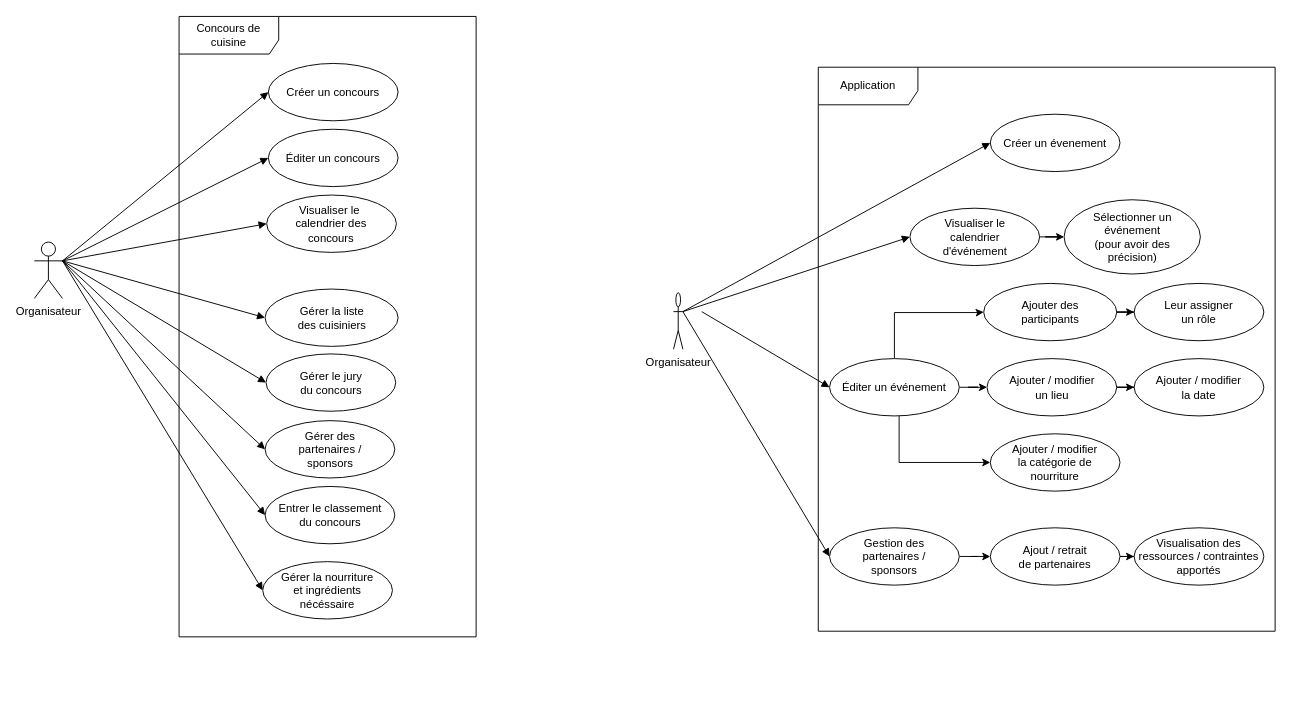
Above: Conception/Diagramme de cas d'utilisation.drawio in CSliveR/Chief-s-Arena (draw.io), before the change. Source tidied: cells renumbered, new cells numbered last; positions are measured from the earlier drawing's top-left corner, leaving out a move shared by most shapes. Both pictures are drawn from the tidied source at 94%, with x=0, y=0 at pixel (34, 16).
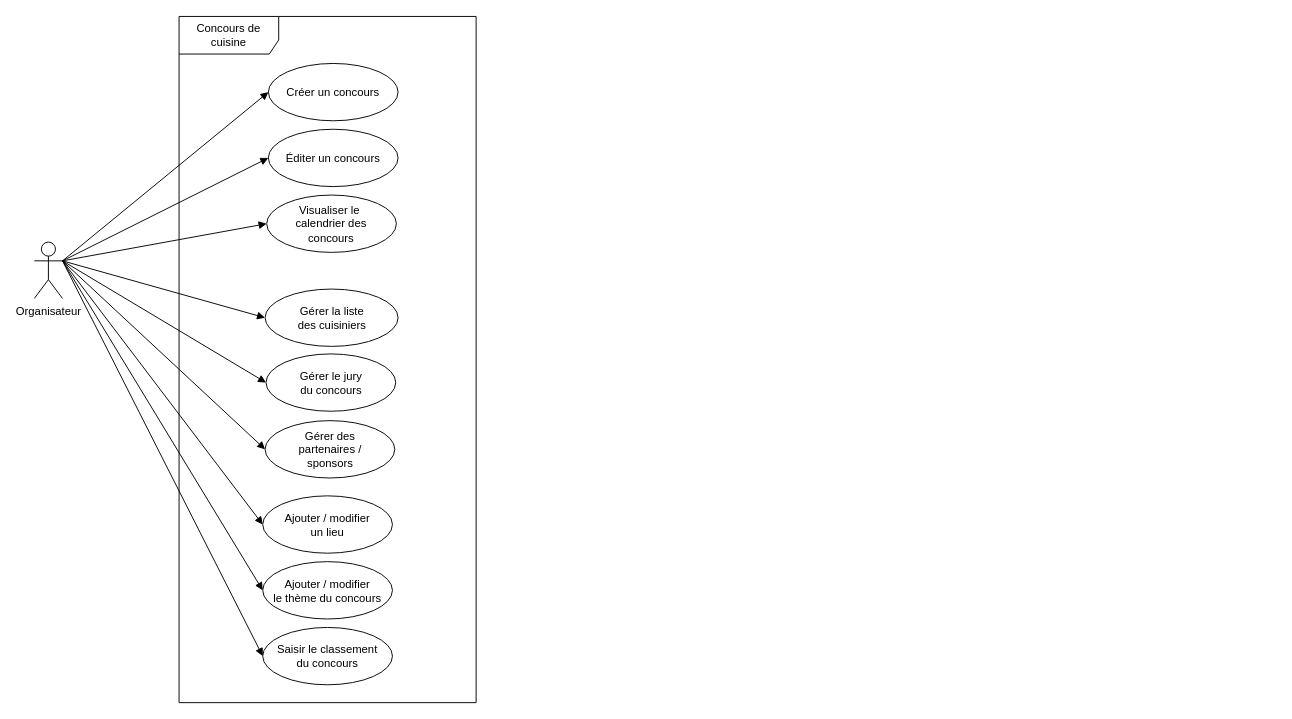
The same page after the edit.

Commit message:
Mettre à jour Diagramme de cas d'utilisation.drawio

Unchanged cells that the change refers to:
```xml
<mxCell id="3" value="Organisateur" style="shape=umlActor;verticalLabelPosition=bottom;verticalAlign=top;html=1;" parent="1" vertex="1">
  <mxGeometry y="240" width="30" height="60" as="geometry" />
</mxCell>
```

Change to the diagram source:
```diff
@@
     <mxCell id="2" value="Concours de cuisine" style="shape=umlFrame;whiteSpace=wrap;html=1;width=106;height=40;" parent="1" vertex="1">
-      <mxGeometry x="154" width="316" height="660" as="geometry" />
+      <mxGeometry x="154" width="316" height="730" as="geometry" />
     </mxCell>
@@
-    <mxCell id="10" value="Entrer le classement&lt;div&gt;du concours&lt;/div&gt;" style="ellipse;whiteSpace=wrap;html=1;" parent="1" vertex="1">
-      <mxGeometry x="245.5" y="500" width="138" height="61" as="geometry" />
+    <mxCell id="10" value="Saisir le classement&lt;div&gt;du concours&lt;/div&gt;" style="ellipse;whiteSpace=wrap;html=1;" parent="1" vertex="1">
+      <mxGeometry x="243" y="650" width="138" height="61" as="geometry" />
     </mxCell>
@@
-    <mxCell id="18" value="Application" style="shape=umlFrame;whiteSpace=wrap;html=1;width=106;height=40;" parent="1" vertex="1">
-      <mxGeometry x="834" y="54" width="486" height="600" as="geometry" />
-    </mxCell>
-    <mxCell id="19" value="Organisateur" style="shape=umlActor;verticalLabelPosition=bottom;verticalAlign=top;html=1;" parent="1" vertex="1">
-      <mxGeometry x="680" y="294" width="10" height="60" as="geometry" />
-    </mxCell>
-    <mxCell id="20" value="Créer un évenement" style="ellipse;whiteSpace=wrap;html=1;" parent="1" vertex="1">
-      <mxGeometry x="1017" y="104" width="138" height="61" as="geometry" />
-    </mxCell>
-    <mxCell id="21" style="edgeStyle=orthogonalEdgeStyle;rounded=0;jettySize=auto;html=1;" parent="1" edge="1" source="22" target="23">
-      <mxGeometry relative="1" as="geometry" />
-    </mxCell>
-    <mxCell id="22" value="Visualiser le&lt;div&gt;calendrier&lt;/div&gt;&lt;div&gt;d'événement&lt;/div&gt;" style="ellipse;whiteSpace=wrap;html=1;" parent="1" vertex="1">
-      <mxGeometry x="931.5" y="204" width="138" height="61" as="geometry" />
-    </mxCell>
-    <mxCell id="23" value="Sélectionner un&lt;div&gt;événement&lt;/div&gt;&lt;div&gt;(pour avoir des&lt;/div&gt;&lt;div&gt;précision)&lt;/div&gt;" style="ellipse;whiteSpace=wrap;html=1;" parent="1" vertex="1">
-      <mxGeometry x="1095.5" y="195" width="145" height="79" as="geometry" />
-    </mxCell>
-    <mxCell id="24" style="edgeStyle=orthogonalEdgeStyle;rounded=0;jettySize=auto;html=1;entryX=0;entryY=0.5;entryDx=0;entryDy=0;" parent="1" edge="1" source="27" target="29">
-      <mxGeometry relative="1" as="geometry">
-        <Array as="points">
-          <mxPoint x="915" y="315" />
-          <mxPoint x="1004" y="315" />
-          <mxPoint x="994" y="314" />
-        </Array>
-      </mxGeometry>
-    </mxCell>
-    <mxCell id="25" style="edgeStyle=orthogonalEdgeStyle;rounded=0;jettySize=auto;html=1;entryX=0;entryY=0.5;entryDx=0;entryDy=0;" parent="1" edge="1" source="27" target="32">
-      <mxGeometry relative="1" as="geometry" />
-    </mxCell>
-    <mxCell id="26" style="edgeStyle=orthogonalEdgeStyle;rounded=0;jettySize=auto;html=1;entryX=0;entryY=0.5;entryDx=0;entryDy=0;" parent="1" edge="1" source="27" target="34">
-      <mxGeometry relative="1" as="geometry">
-        <Array as="points">
-          <mxPoint x="920" y="474" />
-        </Array>
-      </mxGeometry>
-    </mxCell>
-    <mxCell id="27" value="Éditer un événement" style="ellipse;whiteSpace=wrap;html=1;" parent="1" vertex="1">
-      <mxGeometry x="846" y="364" width="138" height="61" as="geometry" />
-    </mxCell>
-    <mxCell id="28" style="edgeStyle=orthogonalEdgeStyle;rounded=0;jettySize=auto;html=1;entryX=0;entryY=0.5;entryDx=0;entryDy=0;" parent="1" edge="1" source="29" target="30">
-      <mxGeometry relative="1" as="geometry" />
-    </mxCell>
-    <mxCell id="29" value="Ajouter des&lt;div&gt;participants&lt;/div&gt;" style="ellipse;whiteSpace=wrap;html=1;" parent="1" vertex="1">
-      <mxGeometry x="1010" y="284" width="141.5" height="61" as="geometry" />
-    </mxCell>
-    <mxCell id="30" value="Leur assigner&lt;div&gt;un rôle&lt;/div&gt;" style="ellipse;whiteSpace=wrap;html=1;" parent="1" vertex="1">
-      <mxGeometry x="1170" y="284" width="138" height="61" as="geometry" />
-    </mxCell>
-    <mxCell id="31" style="edgeStyle=orthogonalEdgeStyle;rounded=0;jettySize=auto;html=1;entryX=0;entryY=0.5;entryDx=0;entryDy=0;" parent="1" edge="1" source="32" target="33">
-      <mxGeometry relative="1" as="geometry" />
-    </mxCell>
     <mxCell id="32" value="Ajouter / modifier&lt;div&gt;un lieu&lt;/div&gt;" style="ellipse;whiteSpace=wrap;html=1;" parent="1" vertex="1">
-      <mxGeometry x="1013.5" y="364" width="138" height="61" as="geometry" />
+      <mxGeometry x="243" y="510" width="138" height="61" as="geometry" />
     </mxCell>
-    <mxCell id="33" value="Ajouter / modifier&lt;div&gt;la date&lt;/div&gt;" style="ellipse;whiteSpace=wrap;html=1;" parent="1" vertex="1">
-      <mxGeometry x="1170" y="364" width="138" height="61" as="geometry" />
-    </mxCell>
-    <mxCell id="34" value="Ajouter / modifier&lt;div&gt;la catégorie de&lt;/div&gt;&lt;div&gt;nourriture&lt;/div&gt;" style="ellipse;whiteSpace=wrap;html=1;" parent="1" vertex="1">
-      <mxGeometry x="1017" y="444" width="138" height="61" as="geometry" />
-    </mxCell>
-    <mxCell id="35" style="edgeStyle=orthogonalEdgeStyle;rounded=0;jettySize=auto;html=1;entryX=0;entryY=0.5;entryDx=0;entryDy=0;" parent="1" edge="1" source="36" target="38">
-      <mxGeometry relative="1" as="geometry" />
-    </mxCell>
-    <mxCell id="36" value="Gestion des&lt;div&gt;partenaires /&lt;/div&gt;&lt;div&gt;sponsors&lt;/div&gt;" style="ellipse;whiteSpace=wrap;html=1;" parent="1" vertex="1">
-      <mxGeometry x="846" y="544" width="138" height="61" as="geometry" />
-    </mxCell>
-    <mxCell id="37" style="edgeStyle=orthogonalEdgeStyle;rounded=0;jettySize=auto;html=1;entryX=0;entryY=0.5;entryDx=0;entryDy=0;" parent="1" edge="1" source="38" target="39">
-      <mxGeometry relative="1" as="geometry" />
-    </mxCell>
-    <mxCell id="38" value="Ajout / retrait&lt;div&gt;de partenaires&lt;/div&gt;" style="ellipse;whiteSpace=wrap;html=1;" parent="1" vertex="1">
-      <mxGeometry x="1017" y="544" width="138" height="61" as="geometry" />
-    </mxCell>
-    <mxCell id="39" value="Visualisation des&lt;div&gt;ressources / contraintes&lt;/div&gt;&lt;div&gt;apportés&lt;/div&gt;" style="ellipse;whiteSpace=wrap;html=1;" parent="1" vertex="1">
-      <mxGeometry x="1170" y="544" width="138" height="61" as="geometry" />
-    </mxCell>
-    <mxCell id="40" style="html=1;verticalAlign=bottom;endArrow=block;curved=0;rounded=0;entryX=0;entryY=0.5;entryDx=0;entryDy=0;exitX=1;exitY=0.3333333333333333;exitDx=0;exitDy=0;exitPerimeter=0;" parent="1" edge="1" source="19" target="20">
-      <mxGeometry relative="1" as="geometry" />
-    </mxCell>
-    <mxCell id="41" style="html=1;verticalAlign=bottom;endArrow=block;curved=0;rounded=0;entryX=0;entryY=0.5;entryDx=0;entryDy=0;exitX=1;exitY=0.3333333333333333;exitDx=0;exitDy=0;exitPerimeter=0;" parent="1" edge="1" source="19" target="22">
-      <mxGeometry relative="1" as="geometry" />
-    </mxCell>
-    <mxCell id="42" style="html=1;verticalAlign=bottom;endArrow=block;curved=0;rounded=0;entryX=0;entryY=0.5;entryDx=0;entryDy=0;" parent="1" edge="1" target="27">
-      <mxGeometry relative="1" as="geometry">
-        <mxPoint x="710" y="314" as="sourcePoint" />
-      </mxGeometry>
-    </mxCell>
-    <mxCell id="43" style="html=1;verticalAlign=bottom;endArrow=block;curved=0;rounded=0;entryX=0;entryY=0.5;entryDx=0;entryDy=0;exitX=1;exitY=0.3333333333333333;exitDx=0;exitDy=0;exitPerimeter=0;" parent="1" edge="1" source="19" target="36">
-      <mxGeometry relative="1" as="geometry" />
-    </mxCell>
-    <mxCell id="44" value="&lt;div&gt;Gérer la nourriture&lt;/div&gt;&lt;div&gt;et ingrédients&lt;/div&gt;&lt;div&gt;nécéssaire&lt;/div&gt;" style="ellipse;whiteSpace=wrap;html=1;" parent="1" vertex="1">
-      <mxGeometry x="243" y="580" width="138" height="61" as="geometry" />
-    </mxCell>
-    <mxCell id="45" style="html=1;verticalAlign=bottom;endArrow=block;curved=0;rounded=0;entryX=0;entryY=0.5;entryDx=0;entryDy=0;exitX=1;exitY=0.3333333333333333;exitDx=0;exitDy=0;exitPerimeter=0;" parent="1" edge="1" source="3" target="44">
-      <mxGeometry relative="1" as="geometry" />
-    </mxCell>
+    <mxCell id="46" style="html=1;verticalAlign=bottom;endArrow=block;curved=0;rounded=0;entryX=0;entryY=0.5;entryDx=0;entryDy=0;exitX=1;exitY=0.3333333333333333;exitDx=0;exitDy=0;exitPerimeter=0;" parent="1" edge="1" source="3" target="32">
+      <mxGeometry relative="1" as="geometry" />
+    </mxCell>
+    <mxCell id="47" value="Ajouter / modifier&lt;div&gt;le thème du concours&lt;/div&gt;" style="ellipse;whiteSpace=wrap;html=1;" parent="1" vertex="1">
+      <mxGeometry x="243" y="580" width="138" height="61" as="geometry" />
+    </mxCell>
+    <mxCell id="48" style="html=1;verticalAlign=bottom;endArrow=block;curved=0;rounded=0;entryX=0;entryY=0.5;entryDx=0;entryDy=0;exitX=1;exitY=0.3333333333333333;exitDx=0;exitDy=0;exitPerimeter=0;" parent="1" edge="1" source="3" target="47">
+      <mxGeometry relative="1" as="geometry" />
+    </mxCell>
```
